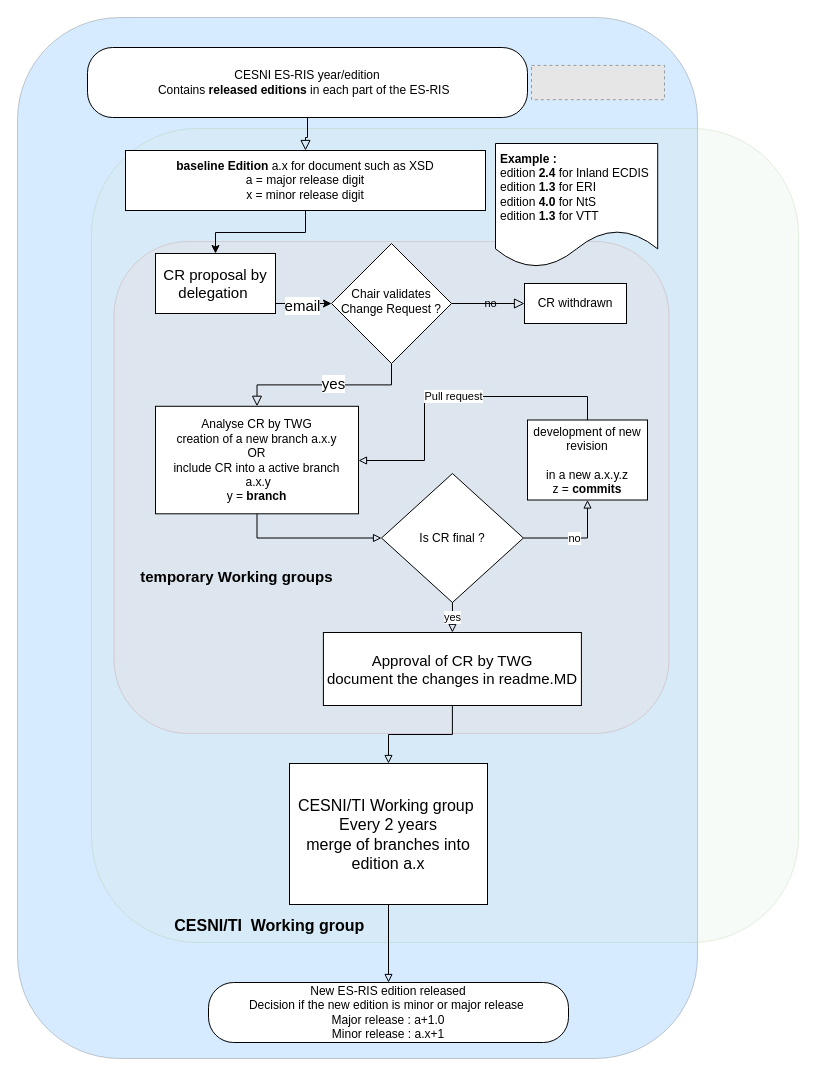
Earlier version of the draw.io diagram docs/RIS-versioning.drawio (cesniti/ris_public_files). Source tidied: cells renumbered, new cells numbered last; positions are measured from the earlier drawing's top-left corner, leaving out a move shared by most shapes. Both pictures are drawn from the tidied source at 100%, with x=0, y=0 at pixel (17, 17). Pictures stored in the file or linked from it are replaced by grey dashed boxes.
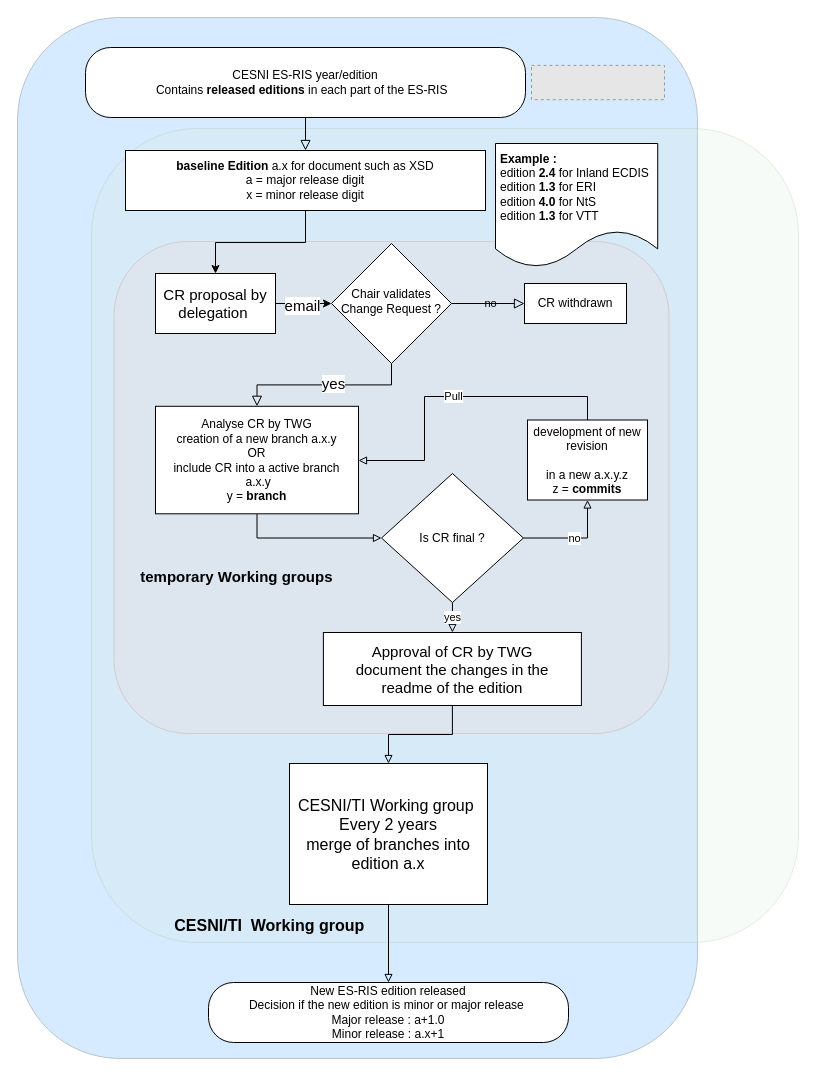
The same diagram, later.

The change refers to these unchanged cells:
```xml
<mxCell id="16" value="Analyse CR by TWG&lt;br&gt;creation of a new branch a.x.y&lt;br&gt;OR&lt;br&gt;include CR into a active branch&lt;br&gt;&amp;nbsp;a.x.y&lt;br&gt;y = &lt;b&gt;branch&lt;/b&gt;" style="rounded=0;whiteSpace=wrap;html=1;" parent="1" vertex="1">
  <mxGeometry x="138" y="388.8" width="203" height="107.5" as="geometry" />
</mxCell>
<mxCell id="22" value="development of new revision&lt;br&gt;&lt;br&gt;in a new a.x.y.z&lt;br&gt;z = &lt;b&gt;commits&lt;/b&gt;" style="rounded=0;whiteSpace=wrap;html=1;" parent="1" vertex="1">
  <mxGeometry x="510" y="402.5" width="120" height="80" as="geometry" />
</mxCell>
```

Change to the diagram source:
```diff
@@
     <mxCell id="6" value="CESNI ES-RIS year/edition&lt;br&gt;Contains &lt;b&gt;released editions&lt;/b&gt;&amp;nbsp;in each part of the ES-RIS&amp;nbsp;&amp;nbsp;" style="rounded=1;whiteSpace=wrap;html=1;fontSize=12;glass=0;strokeWidth=1;shadow=0;arcSize=36;" parent="1" vertex="1">
-      <mxGeometry x="70" y="30" width="440" height="70" as="geometry" />
+      <mxGeometry x="68" y="30" width="440" height="70" as="geometry" />
     </mxCell>
@@
-    <mxCell id="21" value="Pull request" style="edgeStyle=orthogonalEdgeStyle;rounded=0;jettySize=auto;html=1;startArrow=none;startFill=0;endArrow=block;endFill=0;exitX=0.5;exitY=0;exitDx=0;exitDy=0;" parent="1" edge="1" source="22" target="16">
+    <mxCell id="21" value="Pull" style="edgeStyle=orthogonalEdgeStyle;rounded=0;jettySize=auto;html=1;startArrow=none;startFill=0;endArrow=block;endFill=0;exitX=0.5;exitY=0;exitDx=0;exitDy=0;" parent="1" edge="1" source="22" target="16">
       <mxGeometry relative="1" as="geometry">
         <Array as="points">
           <mxPoint x="570" y="379" />
           <mxPoint x="407" y="379" />
           <mxPoint x="407" y="443" />
         </Array>
       </mxGeometry>
     </mxCell>
@@
     <mxCell id="30" value="CR proposal by delegation&amp;nbsp;" style="rounded=0;whiteSpace=wrap;html=1;fontSize=15;" parent="1" vertex="1">
-      <mxGeometry x="138" y="236" width="120" height="60" as="geometry" />
+      <mxGeometry x="138" y="256" width="120" height="60" as="geometry" />
     </mxCell>
@@
-    <mxCell id="32" value="Approval of CR by TWG&lt;br&gt;document the changes in readme.MD" style="rounded=0;whiteSpace=wrap;html=1;fontSize=15;" parent="1" vertex="1">
+    <mxCell id="32" value="Approval of CR by TWG&lt;br&gt;document the changes in the readme&amp;nbsp;of the edition" style="rounded=0;whiteSpace=wrap;html=1;fontSize=15;" parent="1" vertex="1">
       <mxGeometry x="305.9" y="615" width="258" height="73" as="geometry" />
     </mxCell>
```
